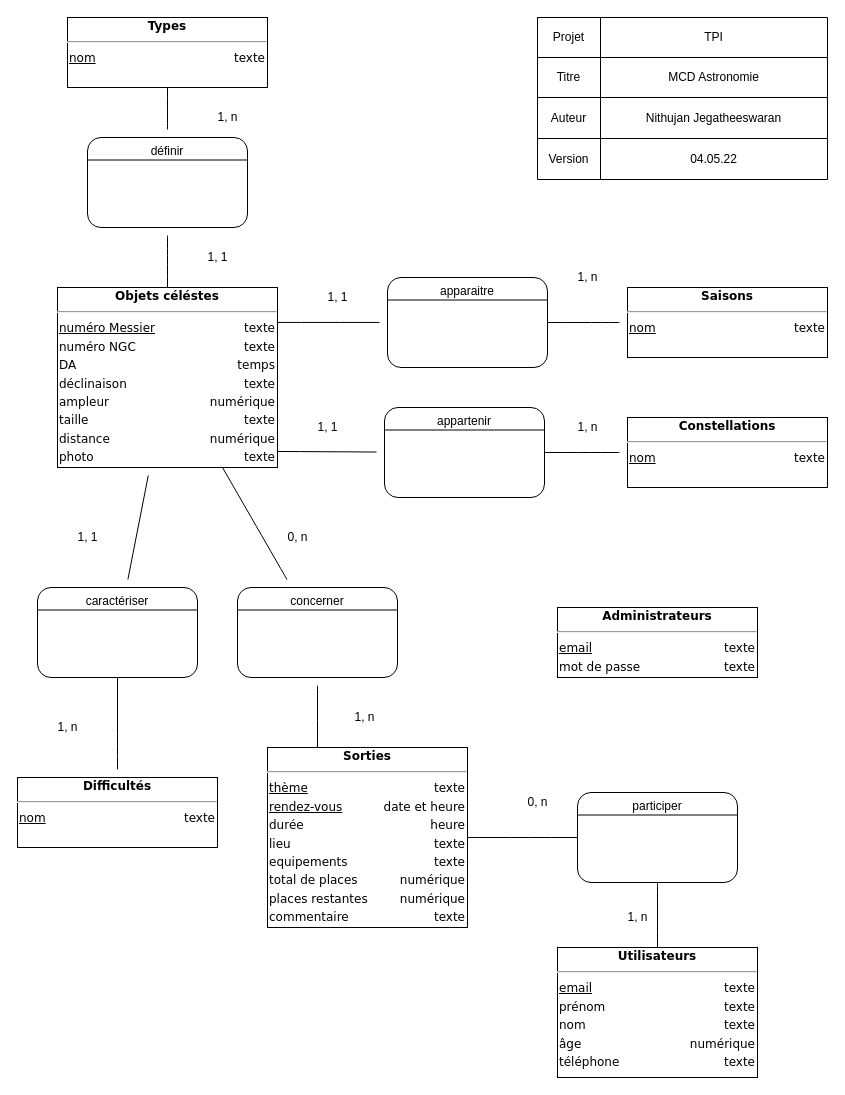
This is analyse/MCD-astronomy_Nithujan.drawio from J-Nithujan/TPI-astronomie, a draw.io file, before an edit. Source tidied: cells renumbered, new cells numbered last; positions are measured from the earlier drawing's top-left corner, leaving out a move shared by most shapes. Both pictures are drawn from the tidied source at 100%, with x=0, y=0 at pixel (17, 17).
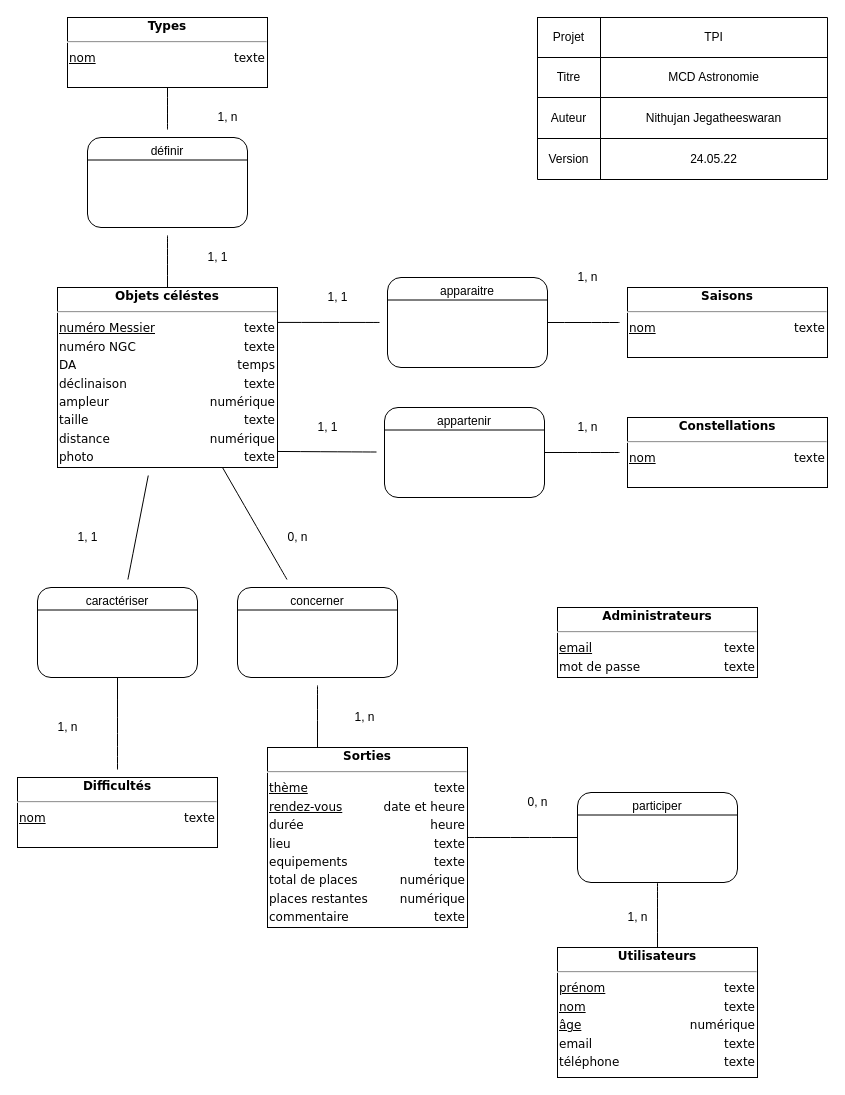
After the change.

Unchanged cells that the change refers to:
```xml
<mxCell id="13" style="shape=partialRectangle;html=1;whiteSpace=wrap;fillColor=none;top=0;left=0;bottom=0;right=0;" parent="3" vertex="1">
  <mxGeometry y="121" width="290" height="41" as="geometry" />
</mxCell>
```

Diff of the diagram source:
```diff
@@
-    <mxCell id="15" value="04.05.22" style="shape=partialRectangle;html=1;whiteSpace=wrap;fillColor=none;top=0;left=0;bottom=0;right=0;overflow=hidden;" parent="13" vertex="1">
+    <mxCell id="15" value="24.05.22" style="shape=partialRectangle;html=1;whiteSpace=wrap;fillColor=none;top=0;left=0;bottom=0;right=0;overflow=hidden;" parent="13" vertex="1">
       <mxGeometry x="63" width="227" height="41" as="geometry" />
     </mxCell>
@@
-    <mxCell id="17" value="&lt;div style=&quot;box-sizing: border-box ; width: 100% ; padding: 2px&quot;&gt;&lt;span style=&quot;background-color: rgb(255 , 255 , 255)&quot;&gt;&lt;b&gt;Utilisateurs&lt;/b&gt;&lt;/span&gt;&lt;/div&gt;&lt;hr&gt;&lt;table style=&quot;width: 100% ; font-size: 1em&quot; cellpadding=&quot;2&quot; cellspacing=&quot;0&quot;&gt;&lt;tbody&gt;&lt;tr&gt;&lt;td style=&quot;text-align: left&quot;&gt;&lt;u&gt;email&lt;/u&gt;&lt;/td&gt;&lt;td style=&quot;text-align: right&quot;&gt;texte&lt;br&gt;&lt;/td&gt;&lt;/tr&gt;&lt;tr&gt;&lt;td style=&quot;text-align: left&quot;&gt;prénom&lt;br&gt;&lt;/td&gt;&lt;td style=&quot;text-align: right&quot;&gt;texte&lt;br&gt;&lt;/td&gt;&lt;/tr&gt;&lt;tr&gt;&lt;td style=&quot;text-align: left&quot;&gt;nom&lt;/td&gt;&lt;td style=&quot;text-align: right&quot;&gt;texte&lt;br&gt;&lt;/td&gt;&lt;/tr&gt;&lt;tr&gt;&lt;td style=&quot;text-align: left&quot;&gt;âge&lt;/td&gt;&lt;td style=&quot;text-align: right&quot;&gt;numérique&lt;/td&gt;&lt;/tr&gt;&lt;tr&gt;&lt;td style=&quot;text-align: left&quot;&gt;téléphone&lt;/td&gt;&lt;td style=&quot;text-align: right&quot;&gt;texte&lt;/td&gt;&lt;/tr&gt;&lt;/tbody&gt;&lt;/table&gt;" style="verticalAlign=top;align=center;overflow=fill;html=1;rounded=0;shadow=0;comic=0;labelBackgroundColor=none;strokeColor=#000000;strokeWidth=1;fillColor=#ffffff;fontFamily=Verdana;fontSize=12;fontColor=#000000;hachureGap=4;" parent="1" vertex="1">
+    <mxCell id="17" value="&lt;div style=&quot;box-sizing: border-box ; width: 100% ; padding: 2px&quot;&gt;&lt;span style=&quot;background-color: rgb(255 , 255 , 255)&quot;&gt;&lt;b&gt;Utilisateurs&lt;/b&gt;&lt;/span&gt;&lt;/div&gt;&lt;hr&gt;&lt;table style=&quot;width: 100% ; font-size: 1em&quot; cellpadding=&quot;2&quot; cellspacing=&quot;0&quot;&gt;&lt;tbody&gt;&lt;tr&gt;&lt;td style=&quot;text-align: left&quot;&gt;&lt;u&gt;prénom&lt;/u&gt;&lt;br&gt;&lt;/td&gt;&lt;td style=&quot;text-align: right&quot;&gt;texte&lt;br&gt;&lt;/td&gt;&lt;/tr&gt;&lt;tr&gt;&lt;td style=&quot;text-align: left&quot;&gt;&lt;u&gt;nom&lt;/u&gt;&lt;/td&gt;&lt;td style=&quot;text-align: right&quot;&gt;texte&lt;br&gt;&lt;/td&gt;&lt;/tr&gt;&lt;tr&gt;&lt;td style=&quot;text-align: left&quot;&gt;&lt;u&gt;âge&lt;/u&gt;&lt;/td&gt;&lt;td style=&quot;text-align: right&quot;&gt;numérique&lt;/td&gt;&lt;/tr&gt;&lt;tr&gt;&lt;td style=&quot;text-align: left&quot;&gt;email&lt;/td&gt;&lt;td style=&quot;text-align: right&quot;&gt;texte&lt;/td&gt;&lt;/tr&gt;&lt;tr&gt;&lt;td style=&quot;text-align: left&quot;&gt;téléphone&lt;/td&gt;&lt;td style=&quot;text-align: right&quot;&gt;texte&lt;/td&gt;&lt;/tr&gt;&lt;/tbody&gt;&lt;/table&gt;" style="verticalAlign=top;align=center;overflow=fill;html=1;rounded=0;shadow=0;comic=0;labelBackgroundColor=none;strokeColor=#000000;strokeWidth=1;fillColor=#ffffff;fontFamily=Verdana;fontSize=12;fontColor=#000000;hachureGap=4;" parent="1" vertex="1">
       <mxGeometry x="540" y="930" width="200" height="130" as="geometry" />
     </mxCell>
```
